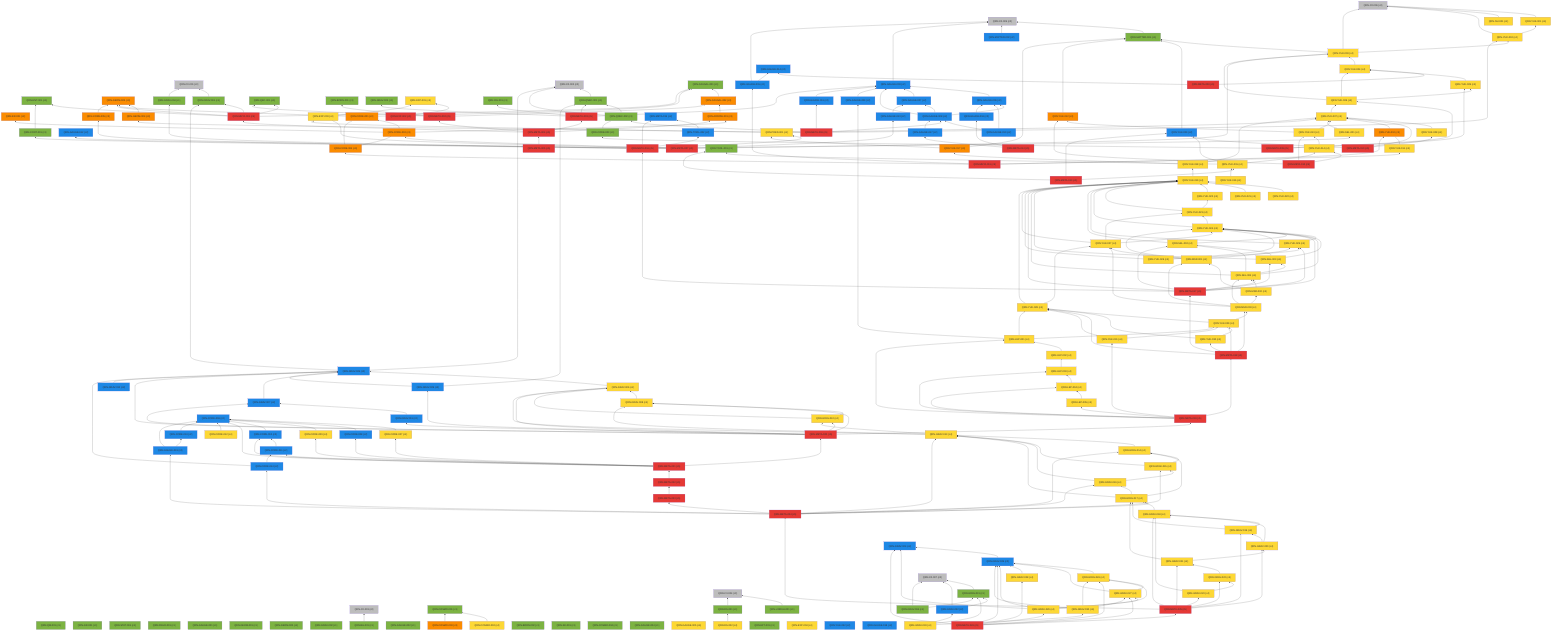
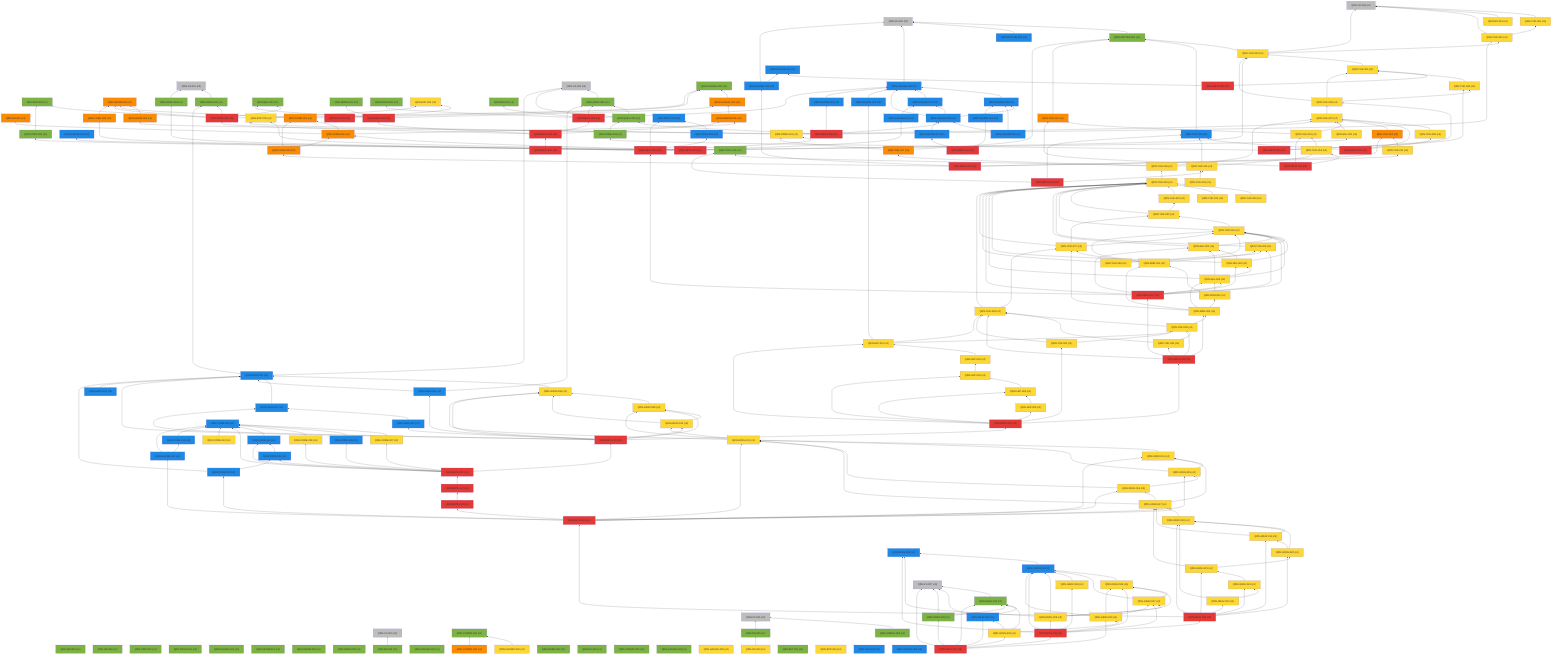
%% 自動生成 (dag/report.pl) — QRN 主張依存グラフ
graph BT
  QRN_C0_001["QRN-C0-001 (c0)"]:::c0
  QRN_C0_002["QRN-C0-002 (c0)"]:::c0
  QRN_C0_003["QRN-C0-003 (c0)"]:::c0
  QRN_C0_004["QRN-C0-004 (c0)"]:::c0
  QRN_C0_005["QRN-C0-005 (c0)"]:::c0
  QRN_C0_006["QRN-C0-006 (c0)"]:::c0
  QRN_QM_001["QRN-QM-001 (c1)"]:::c1
  QRN_GR_001["QRN-GR-001 (c1)"]:::c1
  QRN_STAT_001["QRN-STAT-001 (c1)"]:::c1
  QRN_FIELD_001["QRN-FIELD-001 (c1)"]:::c1
  QRN_GAUGE_001["QRN-GAUGE-001 (c1)"]:::c1
  QRN_ENT_001["QRN-ENT-001 (c1)"]:::c1
  QRN_GEOM_001["QRN-GEOM-001 (c1)"]:::c1
  QRN_GEOM_002["QRN-GEOM-002 (c1)"]:::c1
  QRN_GEOM_003["QRN-GEOM-003 (c3)"]:::c3
  QRN_GRAV_001["QRN-GRAV-001 (c1)"]:::c1
  QRN_GRAV_002["QRN-GRAV-002 (c1)"]:::c1
  QRN_BH_001["QRN-BH-001 (c1)"]:::c1
  QRN_CAUSAL_001["QRN-CAUSAL-001 (c1)"]:::c1
  QRN_CAUSAL_002["QRN-CAUSAL-002 (c3)"]:::c3
  QRN_ER_001["QRN-ER-001 (c3)"]:::c3
  QRN_QEC_001["QRN-QEC-001 (c1)"]:::c1
  QRN_GAUGE_002["QRN-GAUGE-002 (c1)"]:::c1
  QRN_COSMO_001["QRN-COSMO-001 (c1)"]:::c1
  QRN_COSMO_002["QRN-COSMO-002 (c4)"]:::c4
  QRN_COSMO_003["QRN-COSMO-003 (c3)"]:::c3
  QRN_BORN_001["QRN-BORN-001 (c1)"]:::c1
  QRN_BORN_002["QRN-BORN-002 (c1)"]:::c1
  QRN_GRAV_003["QRN-GRAV-003 (c1)"]:::c1
  QRN_KK_001["QRN-KK-001 (c1)"]:::c1
  QRN_MATTER_001["QRN-MATTER-001 (c1)"]:::c1
  QRN_MATTER_002["QRN-MATTER-002 (c2)"]:::c2
  QRN_COSMO_004["QRN-COSMO-004 (c1)"]:::c1
  QRN_EXP_001["QRN-EXP-001 (c4)"]:::c4
  QRN_GAUGE_003["QRN-GAUGE-003 (c2)"]:::c2
  QRN_GAUGE_004["QRN-GAUGE-004 (c1)"]:::c1
  QRN_GAUGE_005["QRN-GAUGE-005 (c4)"]:::c4
  QRN_YUK_001["QRN-YUK-001 (c4)"]:::c4
  QRN_RG_001["QRN-RG-001 (c1)"]:::c1
  QRN_UNRUH_001["QRN-UNRUH-001 (c1)"]:::c1
  QRN_QNEC_001["QRN-QNEC-001 (c1)"]:::c1
  QRN_NU_001["QRN-NU-001 (c4)"]:::c4
  QRN_GAUGE_006["QRN-GAUGE-006 (c2)"]:::c2
  QRN_DS_001["QRN-DS-001 (c1)"]:::c1
  QRN_DS_002["QRN-DS-002 (c4)"]:::c4
  QRN_ARROW_001["QRN-ARROW-001 (c3)"]:::c3
  QRN_GAUGE_007["QRN-GAUGE-007 (c2)"]:::c2
  QRN_EFT_001["QRN-EFT-001 (c1)"]:::c1
  QRN_GAUGE_008["QRN-GAUGE-008 (c2)"]:::c2
  QRN_GAUGE_009["QRN-GAUGE-009 (c2)"]:::c2
  QRN_GAUGE_010["QRN-GAUGE-010 (c2)"]:::c2
  QRN_QNEC_002["QRN-QNEC-002 (c1)"]:::c1
  QRN_GEOM_004["QRN-GEOM-004 (c3)"]:::c3
  QRN_YUK_002["QRN-YUK-002 (c4)"]:::c4
  QRN_EXP_002["QRN-EXP-002 (c5)"]:::c5
  QRN_CORE_001["QRN-CORE-001 (c3)"]:::c3
  QRN_GAUGE_011["QRN-GAUGE-011 (c2)"]:::c2
  QRN_GAUGE_012["QRN-GAUGE-012 (c2)"]:::c2
  QRN_YUK_003["QRN-YUK-003 (c4)"]:::c4
  QRN_EXP_003["QRN-EXP-003 (c4)"]:::c4
  QRN_CORE_002["QRN-CORE-002 (c3)"]:::c3
  QRN_GAUGE_013["QRN-GAUGE-013 (c2)"]:::c2
  QRN_YUK_004["QRN-YUK-004 (c4)"]:::c4
  QRN_GAUGE_014["QRN-GAUGE-014 (c2)"]:::c2
  QRN_META_001["QRN-META-001 (c5)"]:::c5
  QRN_META_002["QRN-META-002 (c5)"]:::c5
  QRN_META_003["QRN-META-003 (c5)"]:::c5
  QRN_META_004["QRN-META-004 (c5)"]:::c5
  QRN_META_005["QRN-META-005 (c5)"]:::c5
  QRN_META_006["QRN-META-006 (c5)"]:::c5
  QRN_META_007["QRN-META-007 (c5)"]:::c5
  QRN_META_008["QRN-META-008 (c5)"]:::c5
  QRN_YUK_005["QRN-YUK-005 (c4)"]:::c4
  QRN_YUK_006["QRN-YUK-006 (c4)"]:::c4
  QRN_CORE_003["QRN-CORE-003 (c1)"]:::c1
  QRN_META_009["QRN-META-009 (c5)"]:::c5
  QRN_YUK_007["QRN-YUK-007 (c4)"]:::c4
  QRN_YUK_008["QRN-YUK-008 (c4)"]:::c4
  QRN_YUK_009["QRN-YUK-009 (c2)"]:::c2
  QRN_META_010["QRN-META-010 (c5)"]:::c5
  QRN_GAUGE_015["QRN-GAUGE-015 (c2)"]:::c2
  QRN_YUK_010["QRN-YUK-010 (c3)"]:::c3
  QRN_YUK_011["QRN-YUK-011 (c4)"]:::c4
  QRN_CORE_004["QRN-CORE-004 (c3)"]:::c3
  QRN_META_011["QRN-META-011 (c5)"]:::c5
  QRN_YUK_012["QRN-YUK-012 (c3)"]:::c3
  QRN_YUK_013["QRN-YUK-013 (c4)"]:::c4
  QRN_YUK_014["QRN-YUK-014 (c4)"]:::c4
  QRN_META_012["QRN-META-012 (c5)"]:::c5
  QRN_TOOL_001["QRN-TOOL-001 (c1)"]:::c1
  QRN_YUK_015["QRN-YUK-015 (c4)"]:::c4
  QRN_META_013["QRN-META-013 (c5)"]:::c5
  QRN_GAUGE_016["QRN-GAUGE-016 (c2)"]:::c2
  QRN_GAUGE_017["QRN-GAUGE-017 (c2)"]:::c2
  QRN_META_014["QRN-META-014 (c5)"]:::c5
  QRN_META_015["QRN-META-015 (c2)"]:::c2
  QRN_TOOL_002["QRN-TOOL-002 (c2)"]:::c2
  QRN_CORE_005["QRN-CORE-005 (c3)"]:::c3
  QRN_CONT_001["QRN-CONT-001 (c1)"]:::c1
  QRN_SEL_001["QRN-SEL-001 (c4)"]:::c4
  QRN_GRAV_004["QRN-GRAV-004 (c1)"]:::c1
  QRN_PRED_001["QRN-PRED-001 (c4)"]:::c4
  QRN_META_016["QRN-META-016 (c5)"]:::c5
  QRN_YUK_016["QRN-YUK-016 (c4)"]:::c4
  QRN_YUK_017["QRN-YUK-017 (c3)"]:::c3
  QRN_YUK_018["QRN-YUK-018 (c4)"]:::c4
  QRN_YUK_019["QRN-YUK-019 (c4)"]:::c4
  QRN_YUK_020["QRN-YUK-020 (c4)"]:::c4
  QRN_YUK_021["QRN-YUK-021 (c4)"]:::c4
  QRN_YUK_022["QRN-YUK-022 (c4)"]:::c4
  QRN_YUK_023["QRN-YUK-023 (c4)"]:::c4
  QRN_YUK_024["QRN-YUK-024 (c4)"]:::c4
  QRN_YUK_025["QRN-YUK-025 (c4)"]:::c4
  QRN_SEL_002["QRN-SEL-002 (c4)"]:::c4
  QRN_SEL_003["QRN-SEL-003 (c4)"]:::c4
  QRN_SEL_004["QRN-SEL-004 (c4)"]:::c4
  QRN_META_017["QRN-META-017 (c5)"]:::c5
  QRN_YUK_026["QRN-YUK-026 (c4)"]:::c4
  QRN_YUK_027["QRN-YUK-027 (c4)"]:::c4
  QRN_MSR_001["QRN-MSR-001 (c4)"]:::c4
  QRN_MSR_002["QRN-MSR-002 (c4)"]:::c4
  QRN_MSR_003["QRN-MSR-003 (c4)"]:::c4
  QRN_YUK_028["QRN-YUK-028 (c4)"]:::c4
  QRN_YUK_029["QRN-YUK-029 (c4)"]:::c4
  QRN_YUK_030["QRN-YUK-030 (c4)"]:::c4
  QRN_META_018["QRN-META-018 (c5)"]:::c5
  QRN_YUK_031["QRN-YUK-031 (c4)"]:::c4
  QRN_LEP_001["QRN-LEP-001 (c4)"]:::c4
  QRN_LEP_002["QRN-LEP-002 (c4)"]:::c4
  QRN_LEP_003["QRN-LEP-003 (c4)"]:::c4
  QRN_LEP_004["QRN-LEP-004 (c4)"]:::c4
  QRN_LEP_005["QRN-LEP-005 (c4)"]:::c4
  QRN_META_019["QRN-META-019 (c5)"]:::c5
  QRN_GRAV_005["QRN-GRAV-005 (c2)"]:::c2
  QRN_GRAV_006["QRN-GRAV-006 (c4)"]:::c4
  QRN_GRAV_007["QRN-GRAV-007 (c2)"]:::c2
  QRN_GRAV_008["QRN-GRAV-008 (c4)"]:::c4
  QRN_GRAV_009["QRN-GRAV-009 (c2)"]:::c2
  QRN_GRAV_010["QRN-GRAV-010 (c4)"]:::c4
  QRN_GRAV_011["QRN-GRAV-011 (c2)"]:::c2
  QRN_META_020["QRN-META-020 (c5)"]:::c5
  QRN_CORE_006["QRN-CORE-006 (c2)"]:::c2
  QRN_CORE_007["QRN-CORE-007 (c4)"]:::c4
  QRN_CORE_008["QRN-CORE-008 (c2)"]:::c2
  QRN_CORE_009["QRN-CORE-009 (c4)"]:::c4
  QRN_CORE_010["QRN-CORE-010 (c2)"]:::c2
  QRN_CORE_011["QRN-CORE-011 (c2)"]:::c2
  QRN_META_021["QRN-META-021 (c5)"]:::c5
  QRN_CORE_012["QRN-CORE-012 (c4)"]:::c4
  QRN_EXP_004["QRN-EXP-004 (c4)"]:::c4
  QRN_CORE_013["QRN-CORE-013 (c2)"]:::c2
  QRN_GRAV_012["QRN-GRAV-012 (c2)"]:::c2
  QRN_YUK_032["QRN-YUK-032 (c2)"]:::c2
  QRN_GAUGE_018["QRN-GAUGE-018 (c2)"]:::c2
  QRN_META_022["QRN-META-022 (c5)"]:::c5
  QRN_META_023["QRN-META-023 (c5)"]:::c5
  QRN_CORE_014["QRN-CORE-014 (c2)"]:::c2
  QRN_GRAV_013["QRN-GRAV-013 (c4)"]:::c4
  QRN_GRAV_014["QRN-GRAV-014 (c4)"]:::c4
  QRN_GRAV_015["QRN-GRAV-015 (c4)"]:::c4
  QRN_GRAV_016["QRN-GRAV-016 (c4)"]:::c4
  QRN_GRAV_017["QRN-GRAV-017 (c4)"]:::c4
  QRN_GAUGE_019["QRN-GAUGE-019 (c2)"]:::c2
  QRN_META_024["QRN-META-024 (c5)"]:::c5
  QRN_GRAV_018["QRN-GRAV-018 (c4)"]:::c4
  QRN_GRAV_019["QRN-GRAV-019 (c4)"]:::c4
  QRN_GRAV_020["QRN-GRAV-020 (c4)"]:::c4
  QRN_GRAV_021["QRN-GRAV-021 (c4)"]:::c4
  QRN_GRAV_022["QRN-GRAV-022 (c4)"]:::c4
  QRN_GRAV_023["QRN-GRAV-023 (c4)"]:::c4
  QRN_META_025["QRN-META-025 (c5)"]:::c5
  QRN_GRAV_024["QRN-GRAV-024 (c2)"]:::c2
  QRN_GRAV_025["QRN-GRAV-025 (c2)"]:::c2
  QRN_GRAV_026["QRN-GRAV-026 (c4)"]:::c4
  QRN_GRAV_027["QRN-GRAV-027 (c4)"]:::c4
  QRN_GRAV_028["QRN-GRAV-028 (c4)"]:::c4
  QRN_GRAV_029["QRN-GRAV-029 (c4)"]:::c4
  QRN_META_026["QRN-META-026 (c5)"]:::c5
  QRN_GRAV_030["QRN-GRAV-030 (c4)"]:::c4
  QRN_C0_007["QRN-C0-007 (c0)"]:::c0
  QRN_GRAV_031["QRN-GRAV-031 (c1)"]:::c1
  QRN_GRAV_032["QRN-GRAV-032 (c2)"]:::c2
  QRN_GRAV_033["QRN-GRAV-033 (c4)"]:::c4
  QRN_GRAV_034["QRN-GRAV-034 (c1)"]:::c1
+   QRN_META_027["QRN-META-027 (c5)"]:::c5
  QRN_GRAV_001 --> QRN_C0_001
  QRN_BH_001 --> QRN_C0_003
  QRN_CAUSAL_002 --> QRN_CAUSAL_001
  QRN_COSMO_002 --> QRN_COSMO_001
  QRN_COSMO_003 --> QRN_COSMO_001
  QRN_MATTER_001 --> QRN_C0_005
  QRN_MATTER_002 --> QRN_C0_005
  QRN_GAUGE_003 --> QRN_C0_005
  QRN_YUK_001 --> QRN_C0_006
  QRN_UNRUH_001 --> QRN_C0_004
  QRN_QNEC_001 --> QRN_C0_002
  QRN_NU_001 --> QRN_C0_006
  QRN_GAUGE_006 --> QRN_GAUGE_003
  QRN_DS_001 --> QRN_C0_004
  QRN_DS_002 --> QRN_DS_001
  QRN_ARROW_001 --> QRN_CAUSAL_002
  QRN_GAUGE_007 --> QRN_GAUGE_003
  QRN_GAUGE_008 --> QRN_GAUGE_003
  QRN_GAUGE_008 --> QRN_GAUGE_006
  QRN_GAUGE_008 --> QRN_GAUGE_007
  QRN_GAUGE_009 --> QRN_GAUGE_003
  QRN_GAUGE_010 --> QRN_GAUGE_006
  QRN_GAUGE_010 --> QRN_GAUGE_008
  QRN_QNEC_002 --> QRN_C0_002
  QRN_QNEC_002 --> QRN_QNEC_001
  QRN_GEOM_004 --> QRN_GEOM_003
  QRN_YUK_002 --> QRN_C0_006
  QRN_YUK_002 --> QRN_YUK_001
  QRN_EXP_002 --> QRN_EXP_001
  QRN_CORE_001 --> QRN_GEOM_003
  QRN_CORE_001 --> QRN_CAUSAL_001
  QRN_GAUGE_011 --> QRN_GAUGE_003
  QRN_YUK_003 --> QRN_C0_006
  QRN_YUK_003 --> QRN_MATTER_001
  QRN_YUK_003 --> QRN_YUK_002
  QRN_EXP_003 --> QRN_EXP_001
  QRN_CORE_002 --> QRN_CORE_001
  QRN_CORE_002 --> QRN_ER_001
  QRN_CORE_002 --> QRN_ARROW_001
  QRN_GAUGE_013 --> QRN_GAUGE_007
  QRN_YUK_004 --> QRN_YUK_003
  QRN_META_001 --> QRN_GEOM_003
  QRN_META_001 --> QRN_GRAV_001
  QRN_META_001 --> QRN_CAUSAL_001
  QRN_META_001 --> QRN_QEC_001
  QRN_META_001 --> QRN_ENT_001
  QRN_META_002 --> QRN_QEC_001
  QRN_META_002 --> QRN_BORN_001
  QRN_META_002 --> QRN_CAUSAL_002
  QRN_META_003 --> QRN_GAUGE_003
  QRN_META_003 --> QRN_RG_001
  QRN_META_003 --> QRN_QNEC_001
  QRN_META_003 --> QRN_GRAV_003
  QRN_META_004 --> QRN_META_001
  QRN_META_004 --> QRN_META_002
  QRN_META_004 --> QRN_META_003
  QRN_META_004 --> QRN_ARROW_001
  QRN_META_005 --> QRN_META_004
  QRN_META_006 --> QRN_GAUGE_008
  QRN_META_006 --> QRN_QNEC_002
  QRN_META_006 --> QRN_GEOM_004
  QRN_META_006 --> QRN_YUK_002
  QRN_META_006 --> QRN_GAUGE_011
  QRN_META_007 --> QRN_GAUGE_012
  QRN_META_007 --> QRN_YUK_003
  QRN_META_007 --> QRN_EXP_003
  QRN_META_007 --> QRN_CORE_002
  QRN_META_007 --> QRN_GAUGE_013
  QRN_META_008 --> QRN_YUK_004
  QRN_META_008 --> QRN_GAUGE_014
  QRN_YUK_005 --> QRN_YUK_004
  QRN_YUK_006 --> QRN_YUK_003
  QRN_YUK_006 --> QRN_YUK_004
  QRN_YUK_006 --> QRN_YUK_005
  QRN_CORE_003 --> QRN_QNEC_002
  QRN_META_009 --> QRN_YUK_005
  QRN_META_009 --> QRN_YUK_006
  QRN_META_009 --> QRN_CORE_003
  QRN_YUK_007 --> QRN_YUK_006
  QRN_YUK_008 --> QRN_YUK_007
  QRN_YUK_009 --> QRN_MATTER_001
  QRN_META_010 --> QRN_YUK_007
  QRN_META_010 --> QRN_YUK_008
  QRN_META_010 --> QRN_YUK_009
  QRN_GAUGE_015 --> QRN_C0_005
  QRN_GAUGE_015 --> QRN_GAUGE_014
  QRN_YUK_010 --> QRN_YUK_007
  QRN_YUK_011 --> QRN_YUK_010
  QRN_CORE_004 --> QRN_CORE_001
  QRN_CORE_004 --> QRN_CORE_002
  QRN_META_011 --> QRN_GAUGE_015
  QRN_META_011 --> QRN_YUK_010
  QRN_META_011 --> QRN_YUK_011
  QRN_META_011 --> QRN_CORE_004
  QRN_YUK_012 --> QRN_MATTER_001
  QRN_YUK_013 --> QRN_YUK_012
  QRN_YUK_013 --> QRN_YUK_007
  QRN_YUK_014 --> QRN_YUK_013
  QRN_META_012 --> QRN_YUK_012
  QRN_META_012 --> QRN_YUK_013
  QRN_META_012 --> QRN_YUK_014
  QRN_YUK_015 --> QRN_YUK_014
  QRN_YUK_015 --> QRN_TOOL_001
  QRN_YUK_015 --> QRN_YUK_009
  QRN_META_013 --> QRN_YUK_015
  QRN_META_013 --> QRN_TOOL_001
  QRN_META_013 --> QRN_YUK_009
  QRN_GAUGE_016 --> QRN_GAUGE_006
  QRN_GAUGE_017 --> QRN_GAUGE_008
  QRN_META_014 --> QRN_GAUGE_016
  QRN_META_014 --> QRN_GAUGE_017
  QRN_TOOL_002 --> QRN_META_015
  QRN_CORE_005 --> QRN_GEOM_003
  QRN_CONT_001 --> QRN_ENT_001
  QRN_SEL_001 --> QRN_YUK_007
  QRN_GRAV_004 --> QRN_C0_001
  QRN_PRED_001 --> QRN_YUK_007
  QRN_PRED_001 --> QRN_EXP_003
  QRN_META_016 --> QRN_META_015
  QRN_META_016 --> QRN_TOOL_002
  QRN_META_016 --> QRN_CORE_005
  QRN_META_016 --> QRN_CONT_001
  QRN_META_016 --> QRN_SEL_001
  QRN_META_016 --> QRN_GRAV_004
  QRN_META_016 --> QRN_PRED_001
  QRN_YUK_016 --> QRN_YUK_015
  QRN_YUK_017 --> QRN_MATTER_001
  QRN_YUK_017 --> QRN_PRED_001
  QRN_YUK_018 --> QRN_YUK_017
  QRN_YUK_018 --> QRN_YUK_007
  QRN_YUK_019 --> QRN_YUK_018
  QRN_YUK_020 --> QRN_YUK_019
  QRN_YUK_021 --> QRN_YUK_019
  QRN_YUK_022 --> QRN_YUK_019
  QRN_YUK_023 --> QRN_YUK_019
  QRN_YUK_023 --> QRN_YUK_022
  QRN_YUK_024 --> QRN_YUK_019
  QRN_YUK_024 --> QRN_YUK_023
  QRN_YUK_025 --> QRN_YUK_019
  QRN_YUK_025 --> QRN_YUK_024
  QRN_SEL_002 --> QRN_YUK_019
  QRN_SEL_002 --> QRN_YUK_024
  QRN_SEL_003 --> QRN_YUK_019
  QRN_SEL_003 --> QRN_YUK_024
  QRN_SEL_003 --> QRN_SEL_002
  QRN_SEL_004 --> QRN_YUK_019
  QRN_SEL_004 --> QRN_YUK_024
  QRN_SEL_004 --> QRN_SEL_002
  QRN_SEL_004 --> QRN_SEL_003
  QRN_META_017 --> QRN_META_016
  QRN_META_017 --> QRN_YUK_019
  QRN_META_017 --> QRN_YUK_024
  QRN_META_017 --> QRN_YUK_025
  QRN_META_017 --> QRN_SEL_002
  QRN_META_017 --> QRN_SEL_003
  QRN_META_017 --> QRN_SEL_004
  QRN_YUK_026 --> QRN_YUK_019
  QRN_YUK_026 --> QRN_YUK_024
  QRN_YUK_026 --> QRN_YUK_025
  QRN_YUK_027 --> QRN_YUK_019
  QRN_YUK_027 --> QRN_YUK_023
  QRN_YUK_027 --> QRN_YUK_024
  QRN_MSR_001 --> QRN_YUK_024
  QRN_MSR_001 --> QRN_YUK_025
  QRN_MSR_001 --> QRN_YUK_027
  QRN_MSR_002 --> QRN_SEL_004
  QRN_MSR_002 --> QRN_MSR_001
  QRN_MSR_003 --> QRN_MSR_001
  QRN_MSR_003 --> QRN_MSR_002
  QRN_MSR_003 --> QRN_SEL_004
  QRN_MSR_003 --> QRN_YUK_027
  QRN_YUK_028 --> QRN_YUK_019
  QRN_YUK_028 --> QRN_YUK_027
  QRN_YUK_029 --> QRN_YUK_028
  QRN_YUK_029 --> QRN_MSR_003
  QRN_YUK_030 --> QRN_YUK_028
  QRN_YUK_030 --> QRN_YUK_029
  QRN_META_018 --> QRN_META_017
  QRN_META_018 --> QRN_MSR_003
  QRN_META_018 --> QRN_YUK_028
  QRN_META_018 --> QRN_YUK_029
  QRN_META_018 --> QRN_YUK_030
  QRN_YUK_031 --> QRN_YUK_028
  QRN_YUK_031 --> QRN_YUK_029
  QRN_LEP_001 --> QRN_YUK_028
  QRN_LEP_001 --> QRN_YUK_029
  QRN_LEP_001 --> QRN_GAUGE_009
  QRN_LEP_002 --> QRN_LEP_001
  QRN_LEP_003 --> QRN_LEP_002
  QRN_LEP_004 --> QRN_LEP_003
  QRN_LEP_005 --> QRN_LEP_004
  QRN_META_019 --> QRN_META_018
  QRN_META_019 --> QRN_YUK_031
  QRN_META_019 --> QRN_LEP_001
  QRN_META_019 --> QRN_LEP_003
  QRN_META_019 --> QRN_LEP_004
  QRN_META_019 --> QRN_LEP_005
  QRN_GRAV_005 --> QRN_C0_002
  QRN_GRAV_005 --> QRN_GRAV_001
  QRN_GRAV_006 --> QRN_GRAV_005
  QRN_GRAV_007 --> QRN_GRAV_005
  QRN_GRAV_008 --> QRN_GRAV_006
  QRN_GRAV_009 --> QRN_GRAV_005
  QRN_GRAV_009 --> QRN_QNEC_001
  QRN_GRAV_010 --> QRN_GRAV_006
  QRN_GRAV_010 --> QRN_GRAV_008
  QRN_GRAV_011 --> QRN_GRAV_007
  QRN_META_020 --> QRN_META_019
  QRN_META_020 --> QRN_GRAV_005
  QRN_META_020 --> QRN_GRAV_006
  QRN_META_020 --> QRN_GRAV_007
  QRN_META_020 --> QRN_GRAV_008
  QRN_META_020 --> QRN_GRAV_009
  QRN_META_020 --> QRN_GRAV_010
  QRN_META_020 --> QRN_GRAV_011
  QRN_CORE_007 --> QRN_CORE_006
  QRN_CORE_008 --> QRN_CORE_006
  QRN_CORE_009 --> QRN_CORE_006
  QRN_CORE_010 --> QRN_CORE_006
  QRN_CORE_011 --> QRN_CORE_010
  QRN_META_021 --> QRN_META_020
  QRN_META_021 --> QRN_CORE_006
  QRN_META_021 --> QRN_CORE_007
  QRN_META_021 --> QRN_CORE_008
  QRN_META_021 --> QRN_CORE_009
  QRN_META_021 --> QRN_CORE_010
  QRN_META_021 --> QRN_CORE_011
  QRN_CORE_012 --> QRN_CORE_006
  QRN_CORE_013 --> QRN_CORE_006
  QRN_GRAV_012 --> QRN_GRAV_005
  QRN_META_022 --> QRN_META_021
  QRN_META_023 --> QRN_META_022
  QRN_CORE_014 --> QRN_CORE_011
  QRN_CORE_014 --> QRN_GRAV_005
  QRN_GRAV_013 --> QRN_GRAV_006
  QRN_GRAV_013 --> QRN_GRAV_008
  QRN_GRAV_013 --> QRN_GRAV_010
  QRN_GRAV_014 --> QRN_GRAV_013
  QRN_GRAV_015 --> QRN_GRAV_013
  QRN_GRAV_015 --> QRN_GRAV_014
  QRN_GRAV_016 --> QRN_GRAV_013
  QRN_GRAV_016 --> QRN_GRAV_015
  QRN_GRAV_017 --> QRN_GRAV_013
  QRN_GRAV_017 --> QRN_GRAV_014
  QRN_GRAV_017 --> QRN_GRAV_016
  QRN_GAUGE_019 --> QRN_CORE_006
  QRN_GAUGE_019 --> QRN_CORE_013
  QRN_META_024 --> QRN_CORE_014
  QRN_META_024 --> QRN_GRAV_013
  QRN_META_024 --> QRN_GRAV_014
  QRN_META_024 --> QRN_GRAV_015
  QRN_META_024 --> QRN_GRAV_016
  QRN_META_024 --> QRN_GRAV_017
  QRN_META_024 --> QRN_GAUGE_019
  QRN_META_024 --> QRN_META_023
  QRN_GRAV_018 --> QRN_GRAV_017
  QRN_GRAV_019 --> QRN_GRAV_017
  QRN_GRAV_019 --> QRN_GRAV_018
  QRN_GRAV_020 --> QRN_GRAV_018
  QRN_GRAV_020 --> QRN_GRAV_019
  QRN_GRAV_021 --> QRN_GRAV_017
  QRN_GRAV_021 --> QRN_GRAV_020
  QRN_GRAV_022 --> QRN_GRAV_021
  QRN_GRAV_023 --> QRN_GRAV_018
  QRN_GRAV_023 --> QRN_GRAV_022
  QRN_META_025 --> QRN_GRAV_018
  QRN_META_025 --> QRN_GRAV_019
  QRN_META_025 --> QRN_GRAV_020
  QRN_META_025 --> QRN_GRAV_021
  QRN_META_025 --> QRN_GRAV_022
  QRN_META_025 --> QRN_GRAV_023
  QRN_META_025 --> QRN_META_024
  QRN_GRAV_025 --> QRN_GRAV_024
  QRN_GRAV_026 --> QRN_GRAV_025
  QRN_GRAV_027 --> QRN_GRAV_025
  QRN_GRAV_027 --> QRN_GRAV_026
  QRN_GRAV_028 --> QRN_GRAV_025
  QRN_GRAV_029 --> QRN_GRAV_024
  QRN_GRAV_029 --> QRN_GRAV_025
  QRN_GRAV_029 --> QRN_GRAV_026
  QRN_GRAV_029 --> QRN_GRAV_027
  QRN_META_026 --> QRN_GRAV_024
  QRN_META_026 --> QRN_GRAV_025
  QRN_META_026 --> QRN_GRAV_026
  QRN_META_026 --> QRN_GRAV_027
  QRN_META_026 --> QRN_GRAV_028
  QRN_META_026 --> QRN_GRAV_029
  QRN_META_026 --> QRN_META_025
  QRN_GRAV_030 --> QRN_GRAV_025
  QRN_GRAV_030 --> QRN_GRAV_026
  QRN_GRAV_030 --> QRN_GRAV_027
  QRN_GRAV_031 --> QRN_C0_007
  QRN_GRAV_032 --> QRN_C0_007
  QRN_GRAV_032 --> QRN_GRAV_031
  QRN_GRAV_033 --> QRN_GRAV_030
  QRN_GRAV_033 --> QRN_GRAV_031
  QRN_GRAV_033 --> QRN_GRAV_032
  QRN_GRAV_034 --> QRN_C0_007
  QRN_GRAV_034 --> QRN_GRAV_031
+   QRN_META_027 --> QRN_C0_007
+   QRN_META_027 --> QRN_GRAV_030
+   QRN_META_027 --> QRN_GRAV_031
+   QRN_META_027 --> QRN_GRAV_032
+   QRN_META_027 --> QRN_GRAV_033
+   QRN_META_027 --> QRN_GRAV_034
+   QRN_META_027 --> QRN_META_026
  classDef c0 fill:#bdbdbd
  classDef c1 fill:#7cb342
  classDef c2 fill:#1e88e5
  classDef c3 fill:#fb8c00
  classDef c4 fill:#fdd835
  classDef c5 fill:#e53935
